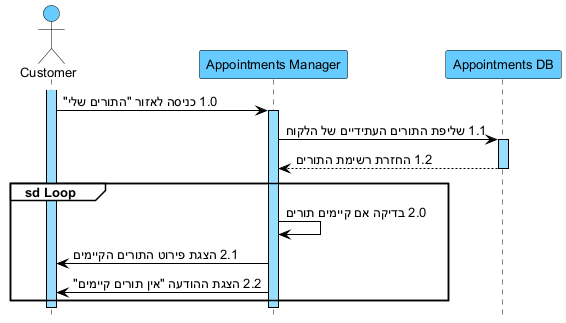
This is docs/diagrams/png/04-seq-suc04-צפייה-בתורים.png from arielkaplan20/GOLDEN_HAIR_SALOAN, a PlantUML export, as it was before one commit.
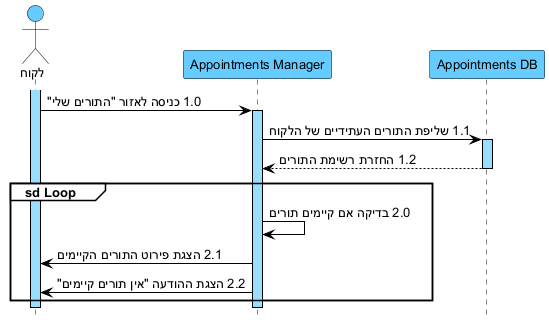
The same file after the commit.

Change to the diagram source:
```diff
@@ -19,7 +19,7 @@
 GroupHeaderFontColor black
 }
 
-actor "Customer" as C
+actor "לקוח" as C
 participant "Appointments Manager" as AM
 participant "Appointments DB" as DB
 
```
